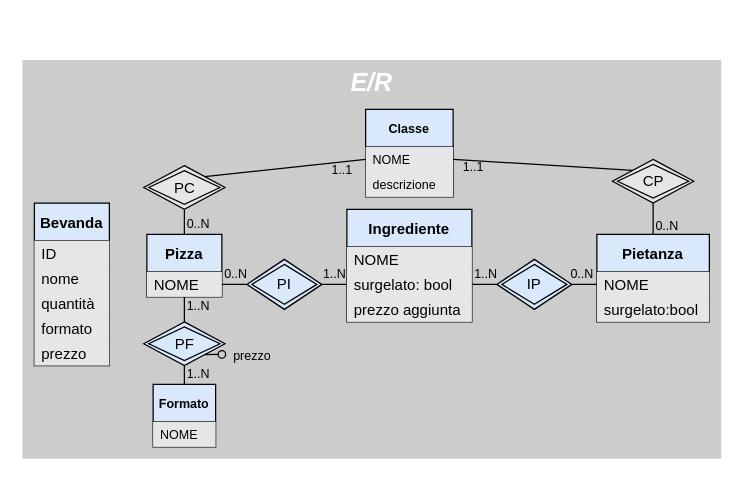
omismone/strapizzami keeps this draw.io diagram as doc/assets/erCiclo1.drawio. Above is the earlier version. Source tidied: cells renumbered, new cells numbered last; positions are measured from the earlier drawing's top-left corner, leaving out a move shared by most shapes. Both pictures are drawn from the tidied source at 125%, with x=0, y=0 at pixel (21, 59).
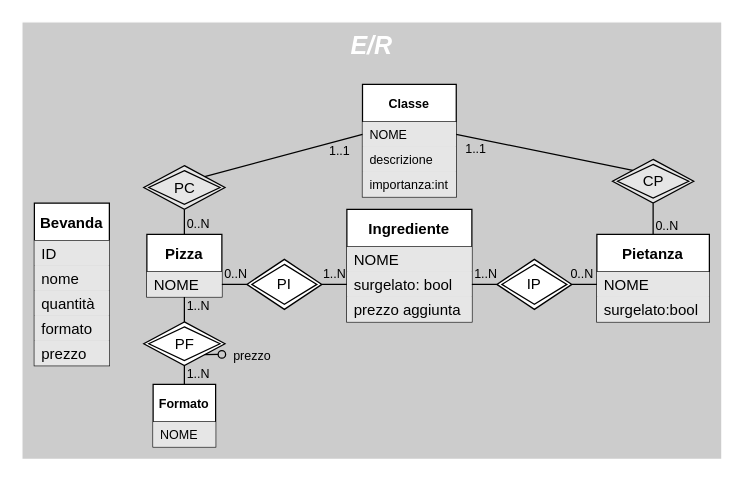
The same diagram, later.

Diff of the diagram source:
```diff
@@
     <mxCell id="2" value="E/R" style="rounded=0;labelBackgroundColor=none;fontSize=20;verticalAlign=top;fontStyle=3;strokeWidth=1;fillColor=#CCCCCC;labelBorderColor=none;html=1;whiteSpace=wrap;fontColor=#FFFFFF;strokeColor=#FFFFFF;" parent="1" vertex="1">
-      <mxGeometry width="560" height="320" as="geometry" />
+      <mxGeometry y="-30" width="560" height="350" as="geometry" />
     </mxCell>
-    <mxCell id="3" value="Bevanda" style="swimlane;fontStyle=1;horizontal=1;startSize=30;fillColor=#dae8fc;strokeColor=#000000;" parent="1" vertex="1">
+    <mxCell id="3" value="Bevanda" style="swimlane;fontStyle=1;horizontal=1;startSize=30;fillColor=#FFFFFF;strokeColor=#000000;" parent="1" vertex="1">
       <mxGeometry x="10" y="115" width="60" height="130" as="geometry" />
     </mxCell>
@@
-    <mxCell id="9" value="Pizza" style="swimlane;fontStyle=1;horizontal=1;startSize=30;fillColor=#dae8fc;strokeColor=#000000;" parent="1" vertex="1">
+    <mxCell id="9" value="Pizza" style="swimlane;fontStyle=1;horizontal=1;startSize=30;fillColor=#FFFFFF;strokeColor=#000000;" parent="1" vertex="1">
       <mxGeometry x="100" y="140" width="60" height="50" as="geometry" />
     </mxCell>
@@
-    <mxCell id="11" value="Pietanza" style="swimlane;fontStyle=1;horizontal=1;startSize=30;fillColor=#dae8fc;strokeColor=#000000;" parent="1" vertex="1">
+    <mxCell id="11" value="Pietanza" style="swimlane;fontStyle=1;horizontal=1;startSize=30;fillColor=#FFFFFF;strokeColor=#000000;" parent="1" vertex="1">
       <mxGeometry x="460" y="140" width="90" height="70" as="geometry" />
     </mxCell>
@@
-    <mxCell id="14" value="Ingrediente" style="swimlane;fontStyle=1;horizontal=1;startSize=30;fillColor=#dae8fc;strokeColor=#000000;" parent="1" vertex="1">
+    <mxCell id="14" value="Ingrediente" style="swimlane;fontStyle=1;horizontal=1;startSize=30;fillColor=#FFFFFF;strokeColor=#000000;" parent="1" vertex="1">
       <mxGeometry x="260" y="120" width="100" height="90" as="geometry" />
     </mxCell>
@@
-    <mxCell id="18" value="PI" style="shape=rhombus;double=1;perimeter=rhombusPerimeter;whiteSpace=wrap;html=1;align=center;fillColor=#dae8fc;strokeColor=#000000;" parent="1" vertex="1">
+    <mxCell id="18" value="PI" style="shape=rhombus;double=1;perimeter=rhombusPerimeter;whiteSpace=wrap;html=1;align=center;fillColor=#FFFFFF;strokeColor=#000000;" parent="1" vertex="1">
       <mxGeometry x="180" y="160" width="60" height="40" as="geometry" />
     </mxCell>
@@
-    <mxCell id="25" value="Formato" style="swimlane;fontStyle=1;horizontal=1;startSize=30;labelBackgroundColor=none;fontSize=10;fillColor=#dae8fc;strokeColor=#000000;" parent="1" vertex="1">
+    <mxCell id="25" value="Formato" style="swimlane;fontStyle=1;horizontal=1;startSize=30;labelBackgroundColor=none;fontSize=10;fillColor=#FFFFFF;strokeColor=#000000;" parent="1" vertex="1">
       <mxGeometry x="105" y="260" width="50" height="50" as="geometry" />
     </mxCell>
@@
-    <mxCell id="27" value="PF" style="shape=rhombus;double=1;perimeter=rhombusPerimeter;whiteSpace=wrap;html=1;align=center;fillColor=#dae8fc;strokeColor=#000000;" parent="1" vertex="1">
+    <mxCell id="27" value="PF" style="shape=rhombus;double=1;perimeter=rhombusPerimeter;whiteSpace=wrap;html=1;align=center;fillColor=#FFFFFF;strokeColor=#000000;" parent="1" vertex="1">
       <mxGeometry x="97.5" y="210" width="65" height="35" as="geometry" />
     </mxCell>
@@
-    <mxCell id="34" value="IP" style="shape=rhombus;double=1;perimeter=rhombusPerimeter;whiteSpace=wrap;html=1;align=center;fillColor=#dae8fc;strokeColor=#000000;" parent="1" vertex="1">
+    <mxCell id="34" value="IP" style="shape=rhombus;double=1;perimeter=rhombusPerimeter;whiteSpace=wrap;html=1;align=center;fillColor=#FFFFFF;strokeColor=#000000;" parent="1" vertex="1">
       <mxGeometry x="380" y="160" width="60" height="40" as="geometry" />
     </mxCell>
@@
-    <mxCell id="37" value="Classe" style="swimlane;fontStyle=1;horizontal=1;startSize=30;labelBackgroundColor=none;fontSize=10;fillColor=#dae8fc;strokeColor=#000000;" parent="1" vertex="1">
-      <mxGeometry x="275" y="40" width="70" height="70" as="geometry" />
+    <mxCell id="37" value="Classe" style="swimlane;fontStyle=1;horizontal=1;startSize=30;labelBackgroundColor=none;fontSize=10;fillColor=#FFFFFF;strokeColor=#000000;" parent="1" vertex="1">
+      <mxGeometry x="272.5" y="20" width="75" height="90" as="geometry" />
     </mxCell>
     <mxCell id="38" value="NOME" style="text;strokeColor=none;fillColor=#E6E6E6;align=left;verticalAlign=middle;spacingLeft=4;spacingRight=4;overflow=hidden;points=[[0,0.5],[1,0.5]];portConstraint=eastwest;labelBackgroundColor=none;fontSize=10;" parent="37" vertex="1">
-      <mxGeometry y="30" width="70" height="20" as="geometry" />
+      <mxGeometry y="30" width="75" height="20" as="geometry" />
     </mxCell>
     <mxCell id="39" value="descrizione" style="text;strokeColor=none;fillColor=#E6E6E6;align=left;verticalAlign=middle;spacingLeft=4;spacingRight=4;overflow=hidden;labelBackgroundColor=none;fontSize=10;" parent="37" vertex="1">
-      <mxGeometry y="50" width="70" height="20" as="geometry" />
+      <mxGeometry y="50" width="75" height="20" as="geometry" />
     </mxCell>
+    <mxCell id="50" value="importanza:int" style="text;strokeColor=none;fillColor=#E6E6E6;align=left;verticalAlign=middle;spacingLeft=4;spacingRight=4;overflow=hidden;labelBackgroundColor=none;fontSize=10;" parent="37" vertex="1">
+      <mxGeometry y="70" width="75" height="20" as="geometry" />
+    </mxCell>
```
